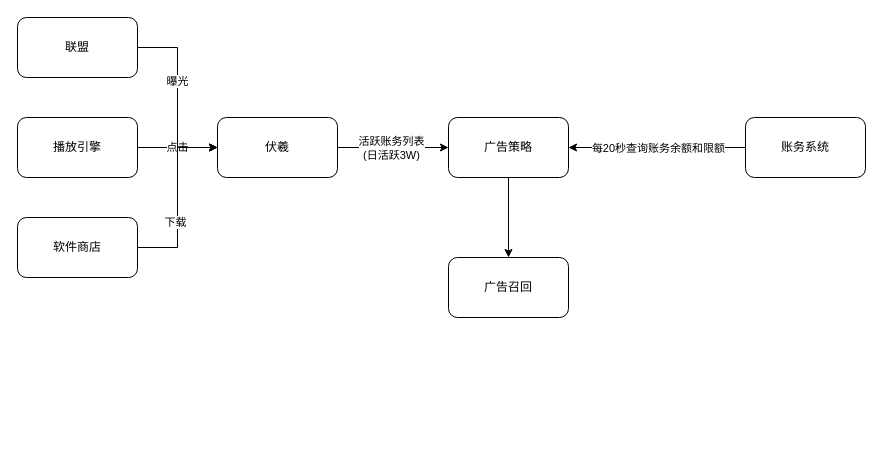
Before: 账务系统.drawio in qiangyin/zipkin-server, a draw.io diagram. Source tidied: cells renumbered, new cells numbered last; positions are measured from the earlier drawing's top-left corner, leaving out a move shared by most shapes. Both pictures are drawn from the tidied source at 100%, with x=0, y=0 at pixel (17, 17).
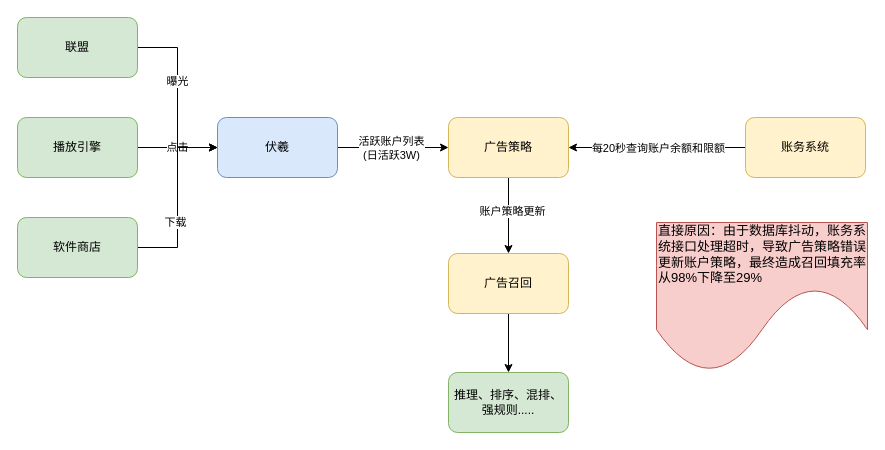
The same diagram, later.

Commit message (it also covers changes not shown here):
更新账务系统.drawio

The change refers to these unchanged cells:
```xml
<mxCell id="4" style="edgeStyle=orthogonalEdgeStyle;rounded=0;jettySize=auto;html=1;" parent="1" edge="1" source="6" target="8">
  <mxGeometry relative="1" as="geometry" />
</mxCell>
<mxCell id="7" style="edgeStyle=orthogonalEdgeStyle;rounded=0;jettySize=auto;html=1;" parent="1" edge="1" source="8" target="18">
  <mxGeometry relative="1" as="geometry" />
</mxCell>
<mxCell id="15" style="edgeStyle=orthogonalEdgeStyle;rounded=0;jettySize=auto;html=1;exitX=0;exitY=0.5;exitDx=0;exitDy=0;entryX=1;entryY=0.5;entryDx=0;entryDy=0;" parent="1" edge="1" source="17" target="8">
  <mxGeometry relative="1" as="geometry" />
</mxCell>
```

What changed in the source:
```diff
@@
-    <mxCell id="3" value="播放引擎" style="rounded=1;whiteSpace=wrap;html=1;" parent="1" vertex="1">
+    <mxCell id="3" value="播放引擎" style="rounded=1;whiteSpace=wrap;html=1;fillColor=#d5e8d4;strokeColor=#82b366;" parent="1" vertex="1">
       <mxGeometry y="100" width="120" height="60" as="geometry" />
     </mxCell>
@@
-    <mxCell id="5" value="活跃账务列表&lt;br&gt;(日活跃3W)" style="edgeLabel;html=1;align=center;verticalAlign=middle;" parent="4" vertex="1">
+    <mxCell id="5" value="活跃账户列表&lt;br&gt;(日活跃3W)" style="edgeLabel;html=1;align=center;verticalAlign=middle;" parent="4" vertex="1">
       <mxGeometry x="-0.05" relative="1" as="geometry" />
     </mxCell>
-    <mxCell id="6" value="伏羲" style="rounded=1;whiteSpace=wrap;html=1;" parent="1" vertex="1">
+    <mxCell id="6" value="伏羲" style="rounded=1;whiteSpace=wrap;html=1;fillColor=#dae8fc;strokeColor=#6c8ebf;" parent="1" vertex="1">
       <mxGeometry x="200" y="100" width="120" height="60" as="geometry" />
     </mxCell>
@@
+    <mxCell id="19" value="账户策略更新" style="edgeLabel;html=1;align=center;verticalAlign=middle;" parent="7" vertex="1">
+      <mxGeometry x="-0.14" y="3" relative="1" as="geometry" />
+    </mxCell>
-    <mxCell id="8" value="广告策略" style="whiteSpace=wrap;html=1;rounded=1;" parent="1" vertex="1">
+    <mxCell id="8" value="广告策略" style="whiteSpace=wrap;html=1;rounded=1;fillColor=#fff2cc;strokeColor=#d6b656;" parent="1" vertex="1">
       <mxGeometry x="431" y="100" width="120" height="60" as="geometry" />
     </mxCell>
@@
-    <mxCell id="11" value="联盟" style="rounded=1;whiteSpace=wrap;html=1;" parent="1" vertex="1">
+    <mxCell id="11" value="联盟" style="rounded=1;whiteSpace=wrap;html=1;fillColor=#d5e8d4;strokeColor=#82b366;" parent="1" vertex="1">
       <mxGeometry width="120" height="60" as="geometry" />
     </mxCell>
@@
-    <mxCell id="14" value="软件商店" style="rounded=1;whiteSpace=wrap;html=1;" parent="1" vertex="1">
+    <mxCell id="14" value="软件商店" style="rounded=1;whiteSpace=wrap;html=1;fillColor=#d5e8d4;strokeColor=#82b366;" parent="1" vertex="1">
       <mxGeometry y="200" width="120" height="60" as="geometry" />
     </mxCell>
@@
-    <mxCell id="16" value="每20秒查询账务余额和限额" style="edgeLabel;html=1;align=center;verticalAlign=middle;" parent="15" vertex="1">
+    <mxCell id="16" value="每20秒查询账户余额和限额" style="edgeLabel;html=1;align=center;verticalAlign=middle;" parent="15" vertex="1">
       <mxGeometry x="0.2" relative="1" as="geometry">
         <mxPoint x="18" as="offset" />
       </mxGeometry>
     </mxCell>
-    <mxCell id="17" value="账务系统" style="rounded=1;whiteSpace=wrap;html=1;" parent="1" vertex="1">
+    <mxCell id="17" value="账务系统" style="rounded=1;whiteSpace=wrap;html=1;fillColor=#fff2cc;strokeColor=#d6b656;" parent="1" vertex="1">
       <mxGeometry x="728" y="100" width="120" height="60" as="geometry" />
     </mxCell>
+    <mxCell id="20" style="edgeStyle=orthogonalEdgeStyle;rounded=0;jettySize=auto;html=1;" parent="1" edge="1" source="18" target="21">
+      <mxGeometry relative="1" as="geometry" />
+    </mxCell>
-    <mxCell id="18" value="广告召回" style="whiteSpace=wrap;html=1;rounded=1;" parent="1" vertex="1">
-      <mxGeometry x="431" y="240" width="120" height="60" as="geometry" />
+    <mxCell id="18" value="广告召回" style="whiteSpace=wrap;html=1;rounded=1;fillColor=#fff2cc;strokeColor=#d6b656;" parent="1" vertex="1">
+      <mxGeometry x="431" y="236" width="120" height="60" as="geometry" />
     </mxCell>
+    <mxCell id="21" value="推理、排序、混排、强规则....." style="whiteSpace=wrap;html=1;rounded=1;fillColor=#d5e8d4;strokeColor=#82b366;" parent="1" vertex="1">
+      <mxGeometry x="431" y="355" width="120" height="60" as="geometry" />
+    </mxCell>
+    <mxCell id="22" value="&lt;font style=&quot;font-size: 13px;&quot;&gt;直接原因：由于数据库抖动，账务系统接口处理超时，导致广告策略错误更新账户策略，最终造成召回填充率从98%下降至29%&lt;/font&gt;" style="shape=document;whiteSpace=wrap;html=1;boundedLbl=1;size=0.5714285714285714;fillColor=#f8cecc;strokeColor=#b85450;align=left;" parent="1" vertex="1">
+      <mxGeometry x="639" y="205" width="211" height="150" as="geometry" />
+    </mxCell>
```
